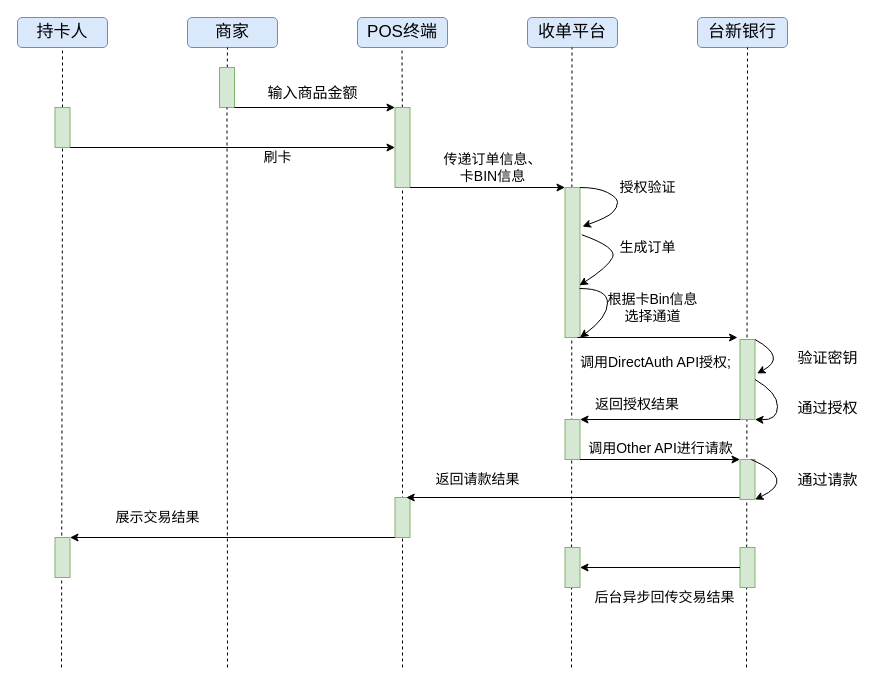
Above: 台新银行--信用卡转账.drawio in MarkYongfengZheng/WFT (draw.io), before the change. Source tidied: cells renumbered, new cells numbered last; positions are measured from the earlier drawing's top-left corner, leaving out a move shared by most shapes. Both pictures are drawn from the tidied source at 100%, with x=0, y=0 at pixel (17, 17).
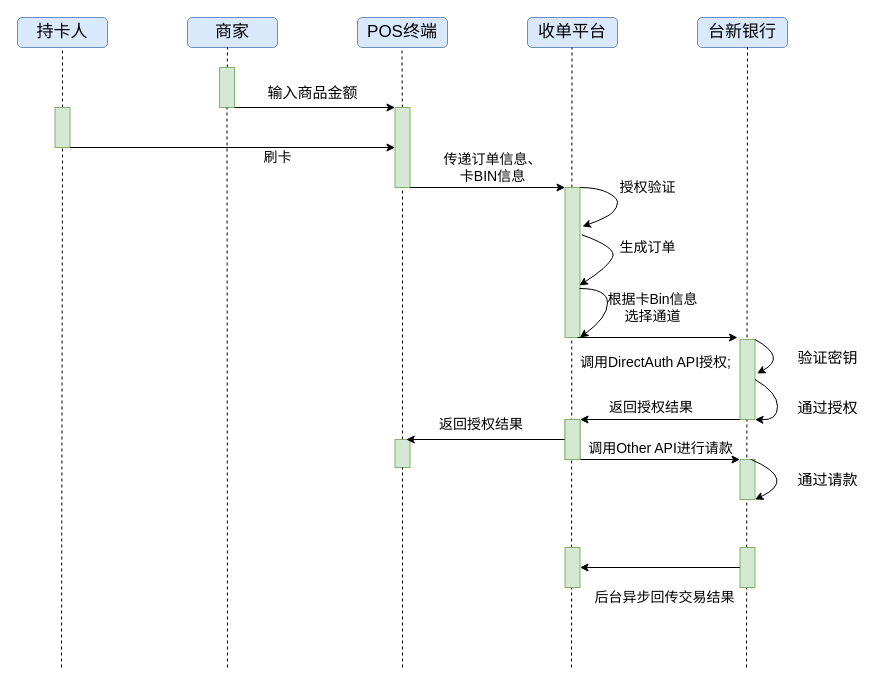
The same page after the edit.

Commit message:
Update 台新银行--信用卡转账0722.drawio

Unchanged cells that the change refers to:
```xml
<mxCell id="16" style="rounded=0;whiteSpace=wrap;html=1;fontSize=17;fillColor=#d5e8d4;strokeColor=#82b366;" parent="1" vertex="1">
  <mxGeometry x="377.5" y="90" width="15" height="80" as="geometry" />
</mxCell>
<mxCell id="47" style="rounded=0;whiteSpace=wrap;html=1;fontSize=17;fillColor=#d5e8d4;strokeColor=#82b366;" parent="1" vertex="1">
  <mxGeometry x="547.5" y="402" width="15" height="40" as="geometry" />
</mxCell>
```

The edit, as a diff of the source:
```diff
@@
-    <mxCell id="17" style="endArrow=none;dashed=1;html=1;fontSize=17;entryX=0.5;entryY=1;entryDx=0;entryDy=0;" parent="1" edge="1" target="16">
-      <mxGeometry relative="1" as="geometry">
-        <mxPoint x="385" y="650" as="sourcePoint" />
-      </mxGeometry>
+    <mxCell id="17" style="endArrow=none;dashed=1;html=1;fontSize=17;entryX=0.5;entryY=1;entryDx=0;entryDy=0;" parent="1" edge="1" source="56" target="16">
+      <mxGeometry relative="1" as="geometry" />
     </mxCell>
@@
-    <mxCell id="31" style="rounded=0;whiteSpace=wrap;html=1;fontSize=17;fillColor=#d5e8d4;strokeColor=#82b366;" parent="1" vertex="1">
-      <mxGeometry x="377.5" y="480" width="15" height="40" as="geometry" />
-    </mxCell>
-    <mxCell id="32" style="endArrow=classic;html=1;fontSize=15;exitX=0;exitY=1;exitDx=0;exitDy=0;entryX=0.75;entryY=0;entryDx=0;entryDy=0;" parent="1" edge="1" target="31">
-      <mxGeometry relative="1" as="geometry">
-        <mxPoint x="722.5" y="480" as="sourcePoint" />
-      </mxGeometry>
-    </mxCell>
-    <mxCell id="33" style="rounded=0;whiteSpace=wrap;html=1;fontSize=17;fillColor=#d5e8d4;strokeColor=#82b366;" parent="1" vertex="1">
-      <mxGeometry x="37.5" y="520" width="15" height="40" as="geometry" />
-    </mxCell>
-    <mxCell id="34" style="endArrow=classic;html=1;fontSize=14;exitX=0;exitY=1;exitDx=0;exitDy=0;entryX=1;entryY=0;entryDx=0;entryDy=0;" parent="1" edge="1" source="31" target="33">
-      <mxGeometry relative="1" as="geometry" />
-    </mxCell>
-    <mxCell id="35" value="展示交易结果" style="text;html=1;align=center;verticalAlign=middle;fontSize=14;" parent="1" vertex="1">
-      <mxGeometry x="90" y="490" width="100" height="20" as="geometry" />
-    </mxCell>
@@
     <mxCell id="50" value="&lt;font style=&quot;font-size: 14px&quot;&gt;返回授权结果&lt;/font&gt;" style="text;whiteSpace=wrap;html=1;" parent="1" vertex="1">
-      <mxGeometry x="575.5" y="372" width="162" height="30" as="geometry" />
+      <mxGeometry x="590" y="375" width="162" height="30" as="geometry" />
     </mxCell>
@@
-    <mxCell id="54" value="返回请款结果" style="text;html=1;align=center;verticalAlign=middle;fontSize=14;" parent="1" vertex="1">
-      <mxGeometry x="410" y="452" width="100" height="20" as="geometry" />
-    </mxCell>
@@
+    <mxCell id="56" style="rounded=0;whiteSpace=wrap;html=1;fontSize=17;fillColor=#d5e8d4;strokeColor=#82b366;" parent="1" vertex="1">
+      <mxGeometry x="377.5" y="422" width="15" height="28" as="geometry" />
+    </mxCell>
+    <mxCell id="57" style="endArrow=none;dashed=1;html=1;fontSize=17;entryX=0.5;entryY=1;entryDx=0;entryDy=0;" parent="1" edge="1" target="56">
+      <mxGeometry relative="1" as="geometry">
+        <mxPoint x="385" y="650" as="sourcePoint" />
+      </mxGeometry>
+    </mxCell>
+    <mxCell id="58" style="endArrow=classic;html=1;exitX=0;exitY=0.5;exitDx=0;exitDy=0;entryX=0.75;entryY=0;entryDx=0;entryDy=0;" parent="1" edge="1" source="47" target="56">
+      <mxGeometry relative="1" as="geometry" />
+    </mxCell>
+    <mxCell id="59" style="rounded=0;whiteSpace=wrap;html=1;fontSize=17;fillColor=#d5e8d4;strokeColor=#82b366;" parent="1" vertex="1">
+      <mxGeometry x="547.5" y="402" width="15" height="40" as="geometry" />
+    </mxCell>
+    <mxCell id="60" value="&lt;font style=&quot;font-size: 14px&quot;&gt;返回授权结果&lt;/font&gt;" style="text;whiteSpace=wrap;html=1;" parent="1" vertex="1">
+      <mxGeometry x="420" y="392" width="162" height="30" as="geometry" />
+    </mxCell>
```
